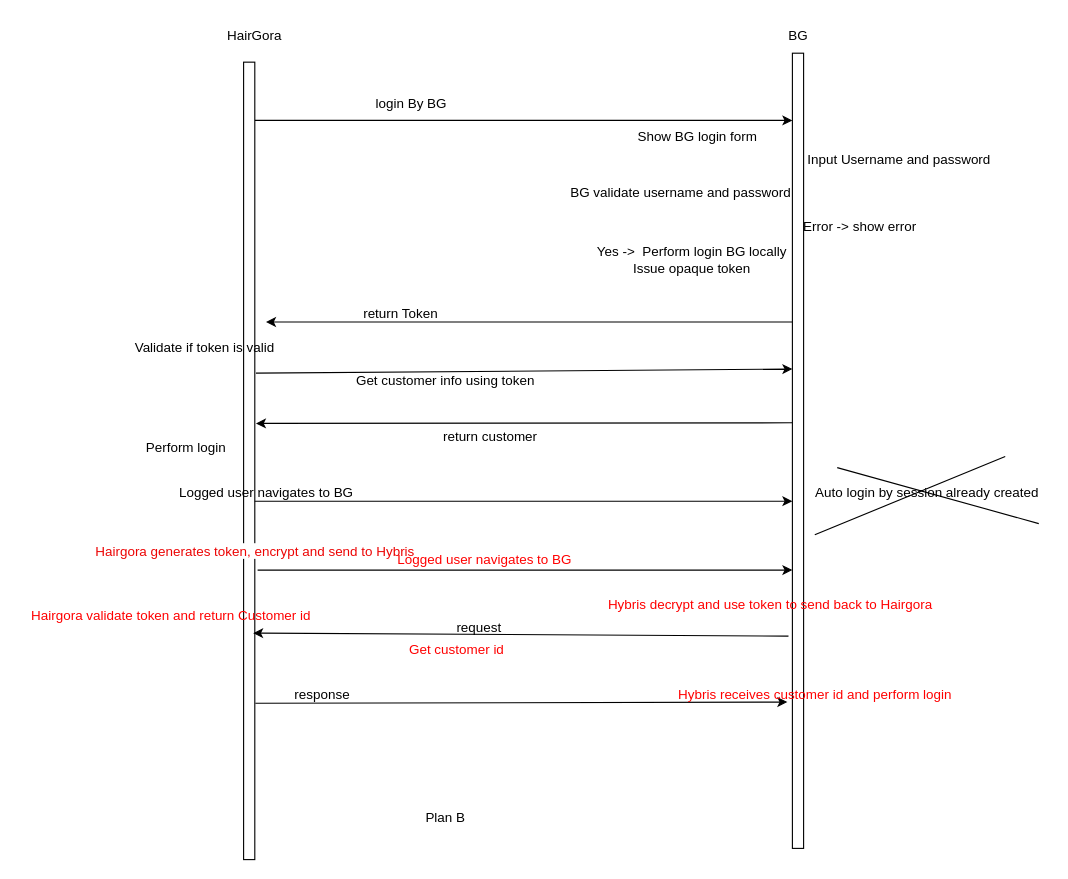
Above: page "Copy of Page-2" (4 of 4) of Untitled Diagram.drawio in hoa89nguyen/myproject (draw.io), before the change. Source tidied: cells renumbered, new cells numbered last; positions are measured from the earlier drawing's top-left corner, leaving out a move shared by most shapes. Both pictures are drawn from the tidied source at 112%, with x=0, y=0 at pixel (19, 19).
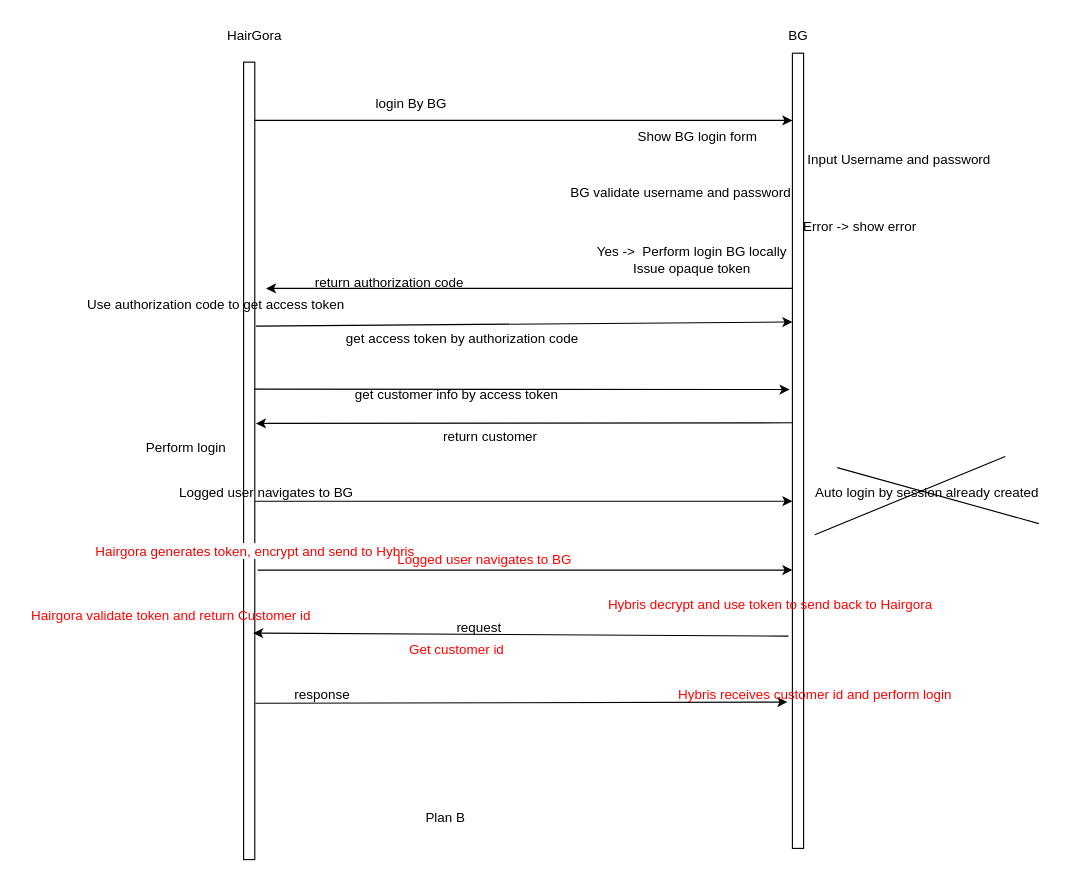
After the change.

The change refers to these unchanged cells:
```xml
<mxCell id="6" style="rounded=0;whiteSpace=wrap;html=1;" parent="1" vertex="1">
  <mxGeometry x="200" y="38" width="10" height="712" as="geometry" />
</mxCell>
<mxCell id="23" style="rounded=0;whiteSpace=wrap;html=1;" parent="1" vertex="1">
  <mxGeometry x="690" y="30" width="10" height="710" as="geometry" />
</mxCell>
```

The edit, as a diff of the source:
```diff
@@
     <mxCell id="12" style="endArrow=classic;html=1;rounded=0;" parent="1" edge="1">
       <mxGeometry relative="1" as="geometry">
-        <mxPoint x="690" y="270" as="sourcePoint" />
-        <mxPoint x="220" y="270" as="targetPoint" />
+        <mxPoint x="690" y="240" as="sourcePoint" />
+        <mxPoint x="220" y="240" as="targetPoint" />
       </mxGeometry>
     </mxCell>
-    <mxCell id="13" value="return Token" style="text;html=1;align=center;verticalAlign=middle;strokeColor=none;fillColor=none;" parent="1" vertex="1">
-      <mxGeometry x="295" y="248" width="90" height="30" as="geometry" />
+    <mxCell id="13" value="return authorization code" style="text;html=1;align=center;verticalAlign=middle;strokeColor=none;fillColor=none;" parent="1" vertex="1">
+      <mxGeometry x="250" y="220" width="160" height="30" as="geometry" />
     </mxCell>
-    <mxCell id="14" style="endArrow=classic;html=1;rounded=0;exitX=1.1;exitY=0.39;exitDx=0;exitDy=0;exitPerimeter=0;" parent="1" edge="1" source="6">
+    <mxCell id="14" style="endArrow=classic;html=1;rounded=0;exitX=1.1;exitY=0.39;exitDx=0;exitDy=0;exitPerimeter=0;" parent="1" edge="1">
       <mxGeometry relative="1" as="geometry">
-        <mxPoint x="690" y="312" as="targetPoint" />
+        <mxPoint x="211" y="273.7" as="sourcePoint" />
+        <mxPoint x="690" y="270" as="targetPoint" />
       </mxGeometry>
     </mxCell>
-    <mxCell id="15" value="Validate if token is valid" style="text;html=1;align=center;verticalAlign=middle;strokeColor=none;fillColor=none;" parent="1" vertex="1">
-      <mxGeometry x="90" y="278" width="150" height="30" as="geometry" />
+    <mxCell id="15" value="Use authorization code to get access token" style="text;html=1;align=center;verticalAlign=middle;strokeColor=none;fillColor=none;" parent="1" vertex="1">
+      <mxGeometry x="50" y="240" width="250" height="30" as="geometry" />
     </mxCell>
-    <mxCell id="16" value="Get customer info using token" style="text;html=1;align=center;verticalAlign=middle;strokeColor=none;fillColor=none;" parent="1" vertex="1">
-      <mxGeometry x="290" y="308" width="180" height="30" as="geometry" />
+    <mxCell id="16" value="get access token by authorization code" style="text;html=1;align=center;verticalAlign=middle;strokeColor=none;fillColor=none;" parent="1" vertex="1">
+      <mxGeometry x="280" y="270" width="230" height="30" as="geometry" />
     </mxCell>
@@
+    <mxCell id="38" style="endArrow=classic;html=1;rounded=0;exitX=0.95;exitY=0.41;exitDx=0;exitDy=0;exitPerimeter=0;entryX=-0.25;entryY=0.423;entryDx=0;entryDy=0;entryPerimeter=0;" parent="1" edge="1" source="6" target="23">
+      <mxGeometry relative="1" as="geometry" />
+    </mxCell>
+    <mxCell id="39" value="get customer info by access token" style="text;html=1;align=center;verticalAlign=middle;strokeColor=none;fillColor=none;" parent="1" vertex="1">
+      <mxGeometry x="290" y="320" width="200" height="30" as="geometry" />
+    </mxCell>
```
